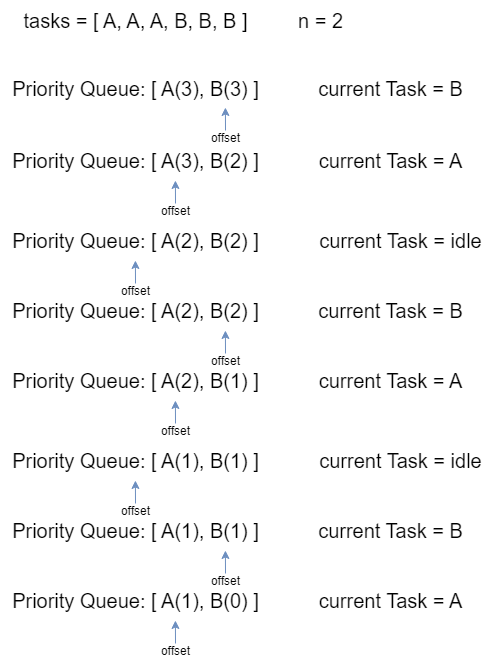
The draw.io diagram Python3/img/TaskScheduler.png in ashiven/leetcode-solutions, before a commit. Source tidied: cells renumbered, new cells last; positions are measured from the earlier drawing's top-left corner, leaving out a move shared by most shapes.
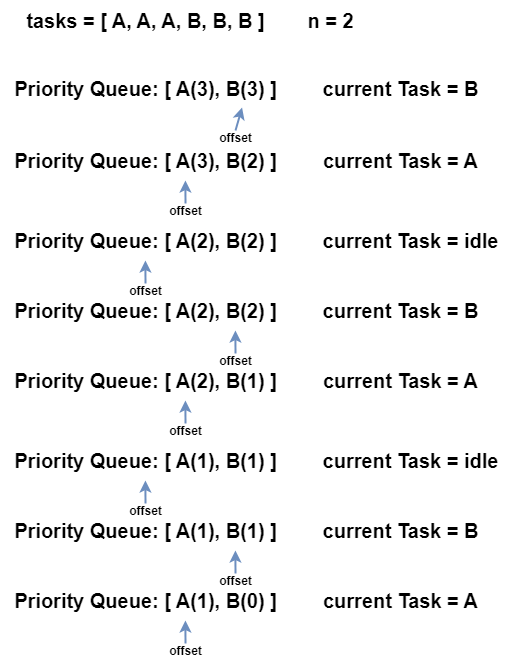
Above is the later version.

The edit, as a diff of the source:
```diff
@@ -1,131 +1,131 @@
-<mxGraphModel>
+<mxGraphModel background="#ffffff">
   <root>
     <mxCell id="0" />
     <mxCell id="1" parent="0" />
-    <mxCell id="2" value="tasks = [ A, A, A, B, B, B ]" style="text;html=1;align=center;verticalAlign=middle;strokeColor=none;fillColor=none;fontSize=20;" parent="1" vertex="1">
-      <mxGeometry x="10" width="250" height="40" as="geometry" />
+    <mxCell id="2" value="tasks = [ A, A, A, B, B, B ]" style="text;html=1;align=center;verticalAlign=middle;strokeColor=none;fillColor=none;fontSize=20;fontStyle=1;strokeWidth=2;" parent="1" vertex="1">
+      <mxGeometry x="10" width="260" height="40" as="geometry" />
     </mxCell>
-    <mxCell id="3" value="&lt;font style=&quot;font-size: 20px;&quot;&gt;n = 2&lt;/font&gt;" style="text;html=1;align=center;verticalAlign=middle;strokeColor=none;fillColor=none;" parent="1" vertex="1">
-      <mxGeometry x="285" width="70" height="40" as="geometry" />
+    <mxCell id="3" value="&lt;font style=&quot;font-size: 20px;&quot;&gt;n = 2&lt;/font&gt;" style="text;html=1;align=center;verticalAlign=middle;strokeColor=none;fillColor=none;fontStyle=1;strokeWidth=2;" parent="1" vertex="1">
+      <mxGeometry x="290" width="70" height="40" as="geometry" />
     </mxCell>
-    <mxCell id="4" value="Priority Queue: [ A(3), B(3) ]" style="text;html=1;align=center;verticalAlign=middle;points=[];strokeColor=none;fillColor=none;fontSize=20;" parent="1" vertex="1">
-      <mxGeometry y="68" width="270" height="40" as="geometry" />
+    <mxCell id="4" value="Priority Queue: [ A(3), B(3) ]" style="text;html=1;align=center;verticalAlign=middle;points=[];strokeColor=none;fillColor=none;fontSize=20;fontStyle=1;strokeWidth=2;" parent="1" vertex="1">
+      <mxGeometry x="-5" y="68" width="290" height="40" as="geometry" />
     </mxCell>
-    <mxCell id="5" value="current Task = B" style="text;html=1;align=center;verticalAlign=middle;strokeColor=none;fillColor=none;fontSize=20;" parent="1" vertex="1">
-      <mxGeometry x="305" y="68" width="170" height="40" as="geometry" />
+    <mxCell id="5" value="current Task = B" style="text;html=1;align=center;verticalAlign=middle;strokeColor=none;fillColor=none;fontSize=20;fontStyle=1;strokeWidth=2;" parent="1" vertex="1">
+      <mxGeometry x="305" y="68" width="180" height="40" as="geometry" />
     </mxCell>
-    <mxCell id="6" style="endArrow=classic;html=1;rounded=0;entryX=0.833;entryY=0.975;entryDx=0;entryDy=0;entryPerimeter=0;fillColor=#dae8fc;strokeColor=#6c8ebf;" parent="1" edge="1" target="4">
+    <mxCell id="6" style="endArrow=classic;html=1;rounded=0;entryX=0.833;entryY=0.975;entryDx=0;entryDy=0;entryPerimeter=0;fillColor=#dae8fc;strokeColor=#6c8ebf;fontStyle=1;strokeWidth=2;" parent="1" edge="1" target="4">
       <mxGeometry relative="1" as="geometry">
-        <mxPoint x="225" y="130" as="sourcePoint" />
+        <mxPoint x="230" y="130" as="sourcePoint" />
       </mxGeometry>
     </mxCell>
-    <mxCell id="7" value="offset" style="text;html=1;align=center;verticalAlign=middle;strokeColor=none;fillColor=none;" parent="1" vertex="1">
-      <mxGeometry x="200" y="123" width="50" height="30" as="geometry" />
+    <mxCell id="7" value="offset" style="text;html=1;align=center;verticalAlign=middle;strokeColor=none;fillColor=none;fontStyle=1;strokeWidth=2;" parent="1" vertex="1">
+      <mxGeometry x="200" y="123" width="60" height="30" as="geometry" />
     </mxCell>
-    <mxCell id="8" value="Priority Queue: [ A(3), B(2) ]" style="text;html=1;align=center;verticalAlign=middle;strokeColor=none;fillColor=none;fontSize=20;" parent="1" vertex="1">
-      <mxGeometry y="140" width="270" height="40" as="geometry" />
+    <mxCell id="8" value="Priority Queue: [ A(3), B(2) ]" style="text;html=1;align=center;verticalAlign=middle;strokeColor=none;fillColor=none;fontSize=20;fontStyle=1;strokeWidth=2;" parent="1" vertex="1">
+      <mxGeometry x="-5" y="140" width="290" height="40" as="geometry" />
     </mxCell>
-    <mxCell id="9" value="current Task = A" style="text;html=1;align=center;verticalAlign=middle;strokeColor=none;fillColor=none;fontSize=20;" parent="1" vertex="1">
-      <mxGeometry x="305" y="140" width="170" height="40" as="geometry" />
+    <mxCell id="9" value="current Task = A" style="text;html=1;align=center;verticalAlign=middle;strokeColor=none;fillColor=none;fontSize=20;fontStyle=1;strokeWidth=2;" parent="1" vertex="1">
+      <mxGeometry x="305" y="140" width="180" height="40" as="geometry" />
     </mxCell>
-    <mxCell id="10" style="endArrow=classic;html=1;rounded=0;entryX=0.833;entryY=0.975;entryDx=0;entryDy=0;entryPerimeter=0;fillColor=#dae8fc;strokeColor=#6c8ebf;" parent="1" edge="1">
+    <mxCell id="10" style="endArrow=classic;html=1;rounded=0;entryX=0.833;entryY=0.975;entryDx=0;entryDy=0;entryPerimeter=0;fillColor=#dae8fc;strokeColor=#6c8ebf;fontStyle=1;strokeWidth=2;" parent="1" edge="1">
       <mxGeometry relative="1" as="geometry">
-        <mxPoint x="175" y="203" as="sourcePoint" />
-        <mxPoint x="174.9" y="180" as="targetPoint" />
+        <mxPoint x="180" y="203" as="sourcePoint" />
+        <mxPoint x="179.9" y="180" as="targetPoint" />
       </mxGeometry>
     </mxCell>
-    <mxCell id="11" value="offset" style="text;html=1;align=center;verticalAlign=middle;strokeColor=none;fillColor=none;" parent="1" vertex="1">
-      <mxGeometry x="150" y="196" width="50" height="30" as="geometry" />
+    <mxCell id="11" value="offset" style="text;html=1;align=center;verticalAlign=middle;strokeColor=none;fillColor=none;fontStyle=1;strokeWidth=2;" parent="1" vertex="1">
+      <mxGeometry x="150" y="196" width="60" height="30" as="geometry" />
     </mxCell>
-    <mxCell id="12" value="Priority Queue: [ A(2), B(2) ]" style="text;html=1;align=center;verticalAlign=middle;strokeColor=none;fillColor=none;fontSize=20;" parent="1" vertex="1">
-      <mxGeometry y="220" width="270" height="40" as="geometry" />
+    <mxCell id="12" value="Priority Queue: [ A(2), B(2) ]" style="text;html=1;align=center;verticalAlign=middle;strokeColor=none;fillColor=none;fontSize=20;fontStyle=1;strokeWidth=2;" parent="1" vertex="1">
+      <mxGeometry x="-5" y="220" width="290" height="40" as="geometry" />
     </mxCell>
-    <mxCell id="13" value="current Task = idle" style="text;html=1;align=center;verticalAlign=middle;strokeColor=none;fillColor=none;fontSize=20;" parent="1" vertex="1">
-      <mxGeometry x="305" y="220" width="190" height="40" as="geometry" />
+    <mxCell id="13" value="current Task = idle" style="text;html=1;align=center;verticalAlign=middle;strokeColor=none;fillColor=none;fontSize=20;fontStyle=1;strokeWidth=2;" parent="1" vertex="1">
+      <mxGeometry x="305" y="220" width="200" height="40" as="geometry" />
     </mxCell>
-    <mxCell id="14" style="endArrow=classic;html=1;rounded=0;entryX=0.833;entryY=0.975;entryDx=0;entryDy=0;entryPerimeter=0;fillColor=#dae8fc;strokeColor=#6c8ebf;" parent="1" edge="1">
+    <mxCell id="14" style="endArrow=classic;html=1;rounded=0;entryX=0.833;entryY=0.975;entryDx=0;entryDy=0;entryPerimeter=0;fillColor=#dae8fc;strokeColor=#6c8ebf;fontStyle=1;strokeWidth=2;" parent="1" edge="1">
       <mxGeometry relative="1" as="geometry">
-        <mxPoint x="135" y="283" as="sourcePoint" />
-        <mxPoint x="134.9" y="260" as="targetPoint" />
+        <mxPoint x="140" y="283" as="sourcePoint" />
+        <mxPoint x="139.9" y="260" as="targetPoint" />
       </mxGeometry>
     </mxCell>
-    <mxCell id="15" value="offset" style="text;html=1;align=center;verticalAlign=middle;strokeColor=none;fillColor=none;" parent="1" vertex="1">
-      <mxGeometry x="110" y="276" width="50" height="30" as="geometry" />
+    <mxCell id="15" value="offset" style="text;html=1;align=center;verticalAlign=middle;strokeColor=none;fillColor=none;fontStyle=1;strokeWidth=2;" parent="1" vertex="1">
+      <mxGeometry x="110" y="276" width="60" height="30" as="geometry" />
     </mxCell>
-    <mxCell id="16" value="Priority Queue: [ A(2), B(2) ]" style="text;html=1;align=center;verticalAlign=middle;strokeColor=none;fillColor=none;fontSize=20;" parent="1" vertex="1">
-      <mxGeometry y="290" width="270" height="40" as="geometry" />
+    <mxCell id="16" value="Priority Queue: [ A(2), B(2) ]" style="text;html=1;align=center;verticalAlign=middle;strokeColor=none;fillColor=none;fontSize=20;fontStyle=1;strokeWidth=2;" parent="1" vertex="1">
+      <mxGeometry x="-5" y="290" width="290" height="40" as="geometry" />
     </mxCell>
-    <mxCell id="17" value="current Task = B" style="text;html=1;align=center;verticalAlign=middle;strokeColor=none;fillColor=none;fontSize=20;" parent="1" vertex="1">
-      <mxGeometry x="305" y="290" width="170" height="40" as="geometry" />
+    <mxCell id="17" value="current Task = B" style="text;html=1;align=center;verticalAlign=middle;strokeColor=none;fillColor=none;fontSize=20;fontStyle=1;strokeWidth=2;" parent="1" vertex="1">
+      <mxGeometry x="305" y="290" width="180" height="40" as="geometry" />
     </mxCell>
-    <mxCell id="18" style="endArrow=classic;html=1;rounded=0;entryX=0.833;entryY=0.975;entryDx=0;entryDy=0;entryPerimeter=0;fillColor=#dae8fc;strokeColor=#6c8ebf;" parent="1" edge="1">
+    <mxCell id="18" style="endArrow=classic;html=1;rounded=0;entryX=0.833;entryY=0.975;entryDx=0;entryDy=0;entryPerimeter=0;fillColor=#dae8fc;strokeColor=#6c8ebf;fontStyle=1;strokeWidth=2;" parent="1" edge="1">
       <mxGeometry relative="1" as="geometry">
-        <mxPoint x="225" y="353" as="sourcePoint" />
-        <mxPoint x="224.9" y="330" as="targetPoint" />
+        <mxPoint x="230" y="353" as="sourcePoint" />
+        <mxPoint x="229.9" y="330" as="targetPoint" />
       </mxGeometry>
     </mxCell>
-    <mxCell id="19" value="offset" style="text;html=1;align=center;verticalAlign=middle;strokeColor=none;fillColor=none;" parent="1" vertex="1">
-      <mxGeometry x="200" y="346" width="50" height="30" as="geometry" />
+    <mxCell id="19" value="offset" style="text;html=1;align=center;verticalAlign=middle;strokeColor=none;fillColor=none;fontStyle=1;strokeWidth=2;" parent="1" vertex="1">
+      <mxGeometry x="200" y="346" width="60" height="30" as="geometry" />
     </mxCell>
-    <mxCell id="20" value="Priority Queue: [ A(2), B(1) ]" style="text;html=1;align=center;verticalAlign=middle;strokeColor=none;fillColor=none;fontSize=20;" parent="1" vertex="1">
-      <mxGeometry y="360" width="270" height="40" as="geometry" />
+    <mxCell id="20" value="Priority Queue: [ A(2), B(1) ]" style="text;html=1;align=center;verticalAlign=middle;strokeColor=none;fillColor=none;fontSize=20;fontStyle=1;strokeWidth=2;" parent="1" vertex="1">
+      <mxGeometry x="-5" y="360" width="290" height="40" as="geometry" />
     </mxCell>
-    <mxCell id="21" value="current Task = A" style="text;html=1;align=center;verticalAlign=middle;strokeColor=none;fillColor=none;fontSize=20;" parent="1" vertex="1">
-      <mxGeometry x="305" y="360" width="170" height="40" as="geometry" />
+    <mxCell id="21" value="current Task = A" style="text;html=1;align=center;verticalAlign=middle;strokeColor=none;fillColor=none;fontSize=20;fontStyle=1;strokeWidth=2;" parent="1" vertex="1">
+      <mxGeometry x="305" y="360" width="180" height="40" as="geometry" />
     </mxCell>
-    <mxCell id="22" style="endArrow=classic;html=1;rounded=0;entryX=0.833;entryY=0.975;entryDx=0;entryDy=0;entryPerimeter=0;fillColor=#dae8fc;strokeColor=#6c8ebf;" parent="1" edge="1">
+    <mxCell id="22" style="endArrow=classic;html=1;rounded=0;entryX=0.833;entryY=0.975;entryDx=0;entryDy=0;entryPerimeter=0;fillColor=#dae8fc;strokeColor=#6c8ebf;fontStyle=1;strokeWidth=2;" parent="1" edge="1">
       <mxGeometry relative="1" as="geometry">
-        <mxPoint x="175" y="423" as="sourcePoint" />
-        <mxPoint x="174.9" y="400" as="targetPoint" />
+        <mxPoint x="180" y="423" as="sourcePoint" />
+        <mxPoint x="179.9" y="400" as="targetPoint" />
       </mxGeometry>
     </mxCell>
-    <mxCell id="23" value="offset" style="text;html=1;align=center;verticalAlign=middle;strokeColor=none;fillColor=none;" parent="1" vertex="1">
-      <mxGeometry x="150" y="416" width="50" height="30" as="geometry" />
+    <mxCell id="23" value="offset" style="text;html=1;align=center;verticalAlign=middle;strokeColor=none;fillColor=none;fontStyle=1;strokeWidth=2;" parent="1" vertex="1">
+      <mxGeometry x="150" y="416" width="60" height="30" as="geometry" />
     </mxCell>
-    <mxCell id="24" value="Priority Queue: [ A(1), B(1) ]" style="text;html=1;align=center;verticalAlign=middle;strokeColor=none;fillColor=none;fontSize=20;" parent="1" vertex="1">
-      <mxGeometry y="440" width="270" height="40" as="geometry" />
+    <mxCell id="24" value="Priority Queue: [ A(1), B(1) ]" style="text;html=1;align=center;verticalAlign=middle;strokeColor=none;fillColor=none;fontSize=20;fontStyle=1;strokeWidth=2;" parent="1" vertex="1">
+      <mxGeometry x="-5" y="440" width="290" height="40" as="geometry" />
     </mxCell>
-    <mxCell id="25" value="current Task = idle" style="text;html=1;align=center;verticalAlign=middle;strokeColor=none;fillColor=none;fontSize=20;" parent="1" vertex="1">
-      <mxGeometry x="305" y="440" width="190" height="40" as="geometry" />
+    <mxCell id="25" value="current Task = idle" style="text;html=1;align=center;verticalAlign=middle;strokeColor=none;fillColor=none;fontSize=20;fontStyle=1;strokeWidth=2;" parent="1" vertex="1">
+      <mxGeometry x="305" y="440" width="200" height="40" as="geometry" />
     </mxCell>
-    <mxCell id="26" style="endArrow=classic;html=1;rounded=0;entryX=0.833;entryY=0.975;entryDx=0;entryDy=0;entryPerimeter=0;fillColor=#dae8fc;strokeColor=#6c8ebf;" parent="1" edge="1">
+    <mxCell id="26" style="endArrow=classic;html=1;rounded=0;entryX=0.833;entryY=0.975;entryDx=0;entryDy=0;entryPerimeter=0;fillColor=#dae8fc;strokeColor=#6c8ebf;fontStyle=1;strokeWidth=2;" parent="1" edge="1">
       <mxGeometry relative="1" as="geometry">
-        <mxPoint x="135" y="503" as="sourcePoint" />
-        <mxPoint x="134.9" y="480" as="targetPoint" />
+        <mxPoint x="140" y="503" as="sourcePoint" />
+        <mxPoint x="139.9" y="480" as="targetPoint" />
       </mxGeometry>
     </mxCell>
-    <mxCell id="27" value="offset" style="text;html=1;align=center;verticalAlign=middle;strokeColor=none;fillColor=none;" parent="1" vertex="1">
-      <mxGeometry x="110" y="496" width="50" height="30" as="geometry" />
+    <mxCell id="27" value="offset" style="text;html=1;align=center;verticalAlign=middle;strokeColor=none;fillColor=none;fontStyle=1;strokeWidth=2;" parent="1" vertex="1">
+      <mxGeometry x="110" y="496" width="60" height="30" as="geometry" />
     </mxCell>
-    <mxCell id="28" value="Priority Queue: [ A(1), B(1) ]" style="text;html=1;align=center;verticalAlign=middle;strokeColor=none;fillColor=none;fontSize=20;" parent="1" vertex="1">
-      <mxGeometry y="510" width="270" height="40" as="geometry" />
+    <mxCell id="28" value="Priority Queue: [ A(1), B(1) ]" style="text;html=1;align=center;verticalAlign=middle;strokeColor=none;fillColor=none;fontSize=20;fontStyle=1;strokeWidth=2;" parent="1" vertex="1">
+      <mxGeometry x="-5" y="510" width="290" height="40" as="geometry" />
     </mxCell>
-    <mxCell id="29" value="current Task = B" style="text;html=1;align=center;verticalAlign=middle;strokeColor=none;fillColor=none;fontSize=20;" parent="1" vertex="1">
-      <mxGeometry x="305" y="510" width="170" height="40" as="geometry" />
+    <mxCell id="29" value="current Task = B" style="text;html=1;align=center;verticalAlign=middle;strokeColor=none;fillColor=none;fontSize=20;fontStyle=1;strokeWidth=2;" parent="1" vertex="1">
+      <mxGeometry x="305" y="510" width="180" height="40" as="geometry" />
     </mxCell>
-    <mxCell id="30" style="endArrow=classic;html=1;rounded=0;entryX=0.833;entryY=0.975;entryDx=0;entryDy=0;entryPerimeter=0;fillColor=#dae8fc;strokeColor=#6c8ebf;" parent="1" edge="1">
+    <mxCell id="30" style="endArrow=classic;html=1;rounded=0;entryX=0.833;entryY=0.975;entryDx=0;entryDy=0;entryPerimeter=0;fillColor=#dae8fc;strokeColor=#6c8ebf;fontStyle=1;strokeWidth=2;" parent="1" edge="1">
       <mxGeometry relative="1" as="geometry">
-        <mxPoint x="225" y="573" as="sourcePoint" />
-        <mxPoint x="224.9" y="550" as="targetPoint" />
+        <mxPoint x="230" y="573" as="sourcePoint" />
+        <mxPoint x="229.9" y="550" as="targetPoint" />
       </mxGeometry>
     </mxCell>
-    <mxCell id="31" value="offset" style="text;html=1;align=center;verticalAlign=middle;strokeColor=none;fillColor=none;" parent="1" vertex="1">
-      <mxGeometry x="200" y="566" width="50" height="30" as="geometry" />
+    <mxCell id="31" value="offset" style="text;html=1;align=center;verticalAlign=middle;strokeColor=none;fillColor=none;fontStyle=1;strokeWidth=2;" parent="1" vertex="1">
+      <mxGeometry x="200" y="566" width="60" height="30" as="geometry" />
     </mxCell>
-    <mxCell id="32" value="Priority Queue: [ A(1), B(0) ]" style="text;html=1;align=center;verticalAlign=middle;strokeColor=none;fillColor=none;fontSize=20;" parent="1" vertex="1">
-      <mxGeometry y="580" width="270" height="40" as="geometry" />
+    <mxCell id="32" value="Priority Queue: [ A(1), B(0) ]" style="text;html=1;align=center;verticalAlign=middle;strokeColor=none;fillColor=none;fontSize=20;fontStyle=1;strokeWidth=2;" parent="1" vertex="1">
+      <mxGeometry x="-5" y="580" width="290" height="40" as="geometry" />
     </mxCell>
-    <mxCell id="33" value="current Task = A" style="text;html=1;align=center;verticalAlign=middle;strokeColor=none;fillColor=none;fontSize=20;" parent="1" vertex="1">
-      <mxGeometry x="305" y="580" width="170" height="40" as="geometry" />
+    <mxCell id="33" value="current Task = A" style="text;html=1;align=center;verticalAlign=middle;strokeColor=none;fillColor=none;fontSize=20;fontStyle=1;strokeWidth=2;" parent="1" vertex="1">
+      <mxGeometry x="305" y="580" width="180" height="40" as="geometry" />
     </mxCell>
-    <mxCell id="34" style="endArrow=classic;html=1;rounded=0;entryX=0.833;entryY=0.975;entryDx=0;entryDy=0;entryPerimeter=0;fillColor=#dae8fc;strokeColor=#6c8ebf;" parent="1" edge="1">
+    <mxCell id="34" style="endArrow=classic;html=1;rounded=0;entryX=0.833;entryY=0.975;entryDx=0;entryDy=0;entryPerimeter=0;fillColor=#dae8fc;strokeColor=#6c8ebf;fontStyle=1;strokeWidth=2;" parent="1" edge="1">
       <mxGeometry relative="1" as="geometry">
-        <mxPoint x="175" y="643" as="sourcePoint" />
-        <mxPoint x="174.9" y="620" as="targetPoint" />
+        <mxPoint x="180" y="643" as="sourcePoint" />
+        <mxPoint x="179.9" y="620" as="targetPoint" />
       </mxGeometry>
     </mxCell>
-    <mxCell id="35" value="offset" style="text;html=1;align=center;verticalAlign=middle;strokeColor=none;fillColor=none;" parent="1" vertex="1">
-      <mxGeometry x="150" y="636" width="50" height="30" as="geometry" />
+    <mxCell id="35" value="offset" style="text;html=1;align=center;verticalAlign=middle;strokeColor=none;fillColor=none;fontStyle=1;strokeWidth=2;" parent="1" vertex="1">
+      <mxGeometry x="150" y="636" width="60" height="30" as="geometry" />
     </mxCell>
   </root>
 </mxGraphModel>
```
